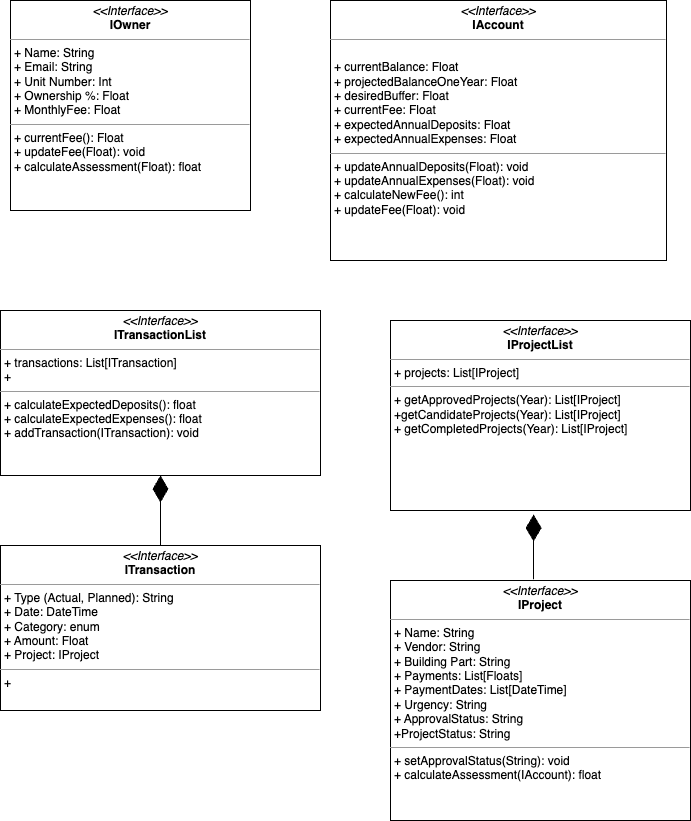
Above: GaslightVillage/src/Class UML.png in mm-bertoni/HOA (draw.io), before the change. Source tidied: cells renumbered, new cells last; positions are measured from the earlier drawing's top-left corner, leaving out a move shared by most shapes. The source it was exported from:
```xml
<mxGraphModel>
  <root>
    <mxCell id="0" />
    <mxCell id="1" parent="0" />
    <mxCell id="2" value="&lt;p style=&quot;margin:0px;margin-top:4px;text-align:center;&quot;&gt;&lt;i&gt;&amp;lt;&amp;lt;Interface&amp;gt;&amp;gt;&lt;/i&gt;&lt;br&gt;&lt;b&gt;IOwner&lt;/b&gt;&lt;/p&gt;&lt;hr size=&quot;1&quot;&gt;&lt;p style=&quot;margin:0px;margin-left:4px;&quot;&gt;+ Name: String&lt;/p&gt;&lt;p style=&quot;margin:0px;margin-left:4px;&quot;&gt;+ Email: String&lt;/p&gt;&lt;p style=&quot;margin:0px;margin-left:4px;&quot;&gt;+ Unit Number: Int&lt;br&gt;+ Ownership %: Float&lt;/p&gt;&lt;p style=&quot;margin:0px;margin-left:4px;&quot;&gt;+ MonthlyFee: Float&lt;/p&gt;&lt;hr size=&quot;1&quot;&gt;&lt;p style=&quot;margin:0px;margin-left:4px;&quot;&gt;+ currentFee(): Float&lt;br&gt;&lt;/p&gt;&lt;p style=&quot;margin:0px;margin-left:4px;&quot;&gt;+ updateFee(Float): void&lt;/p&gt;&lt;p style=&quot;margin:0px;margin-left:4px;&quot;&gt;+ calculateAssessment(Float): float&lt;/p&gt;" style="verticalAlign=top;align=left;overflow=fill;fontSize=12;fontFamily=Helvetica;html=1;whiteSpace=wrap;" parent="1" vertex="1">
      <mxGeometry x="10" width="240" height="210" as="geometry" />
    </mxCell>
    <mxCell id="3" value="&lt;p style=&quot;margin:0px;margin-top:4px;text-align:center;&quot;&gt;&lt;i&gt;&amp;lt;&amp;lt;Interface&amp;gt;&amp;gt;&lt;/i&gt;&lt;br&gt;&lt;b&gt;IAccount&lt;/b&gt;&lt;/p&gt;&lt;hr size=&quot;1&quot;&gt;&lt;p style=&quot;margin:0px;margin-left:4px;&quot;&gt;&lt;br&gt;&lt;/p&gt;&lt;p style=&quot;margin:0px;margin-left:4px;&quot;&gt;+ currentBalance: Float&lt;/p&gt;&lt;p style=&quot;margin:0px;margin-left:4px;&quot;&gt;+ projectedBalanceOneYear: Float&lt;/p&gt;&lt;p style=&quot;margin:0px;margin-left:4px;&quot;&gt;+ desiredBuffer: Float&lt;br&gt;+ currentFee: Float&lt;/p&gt;&lt;p style=&quot;margin:0px;margin-left:4px;&quot;&gt;+ expectedAnnualDeposits: Float&lt;/p&gt;&lt;p style=&quot;margin:0px;margin-left:4px;&quot;&gt;+ expectedAnnualExpenses: Float&lt;/p&gt;&lt;hr size=&quot;1&quot;&gt;&lt;p style=&quot;margin:0px;margin-left:4px;&quot;&gt;+ updateAnnualDeposits(Float): void&lt;/p&gt;&lt;p style=&quot;margin:0px;margin-left:4px;&quot;&gt;+ updateAnnualExpenses(Float): void&lt;/p&gt;&lt;p style=&quot;margin:0px;margin-left:4px;&quot;&gt;+ calculateNewFee(): int&lt;/p&gt;&lt;p style=&quot;margin:0px;margin-left:4px;&quot;&gt;+ updateFee(Float): void&lt;/p&gt;&lt;p style=&quot;margin:0px;margin-left:4px;&quot;&gt;&lt;br&gt;&lt;/p&gt;&lt;p style=&quot;margin:0px;margin-left:4px;&quot;&gt;&lt;br&gt;&lt;/p&gt;" style="verticalAlign=top;align=left;overflow=fill;fontSize=12;fontFamily=Helvetica;html=1;whiteSpace=wrap;" parent="1" vertex="1">
      <mxGeometry x="330" width="336" height="260" as="geometry" />
    </mxCell>
    <mxCell id="4" value="&lt;p style=&quot;margin:0px;margin-top:4px;text-align:center;&quot;&gt;&lt;i&gt;&amp;lt;&amp;lt;Interface&amp;gt;&amp;gt;&lt;/i&gt;&lt;br&gt;&lt;b&gt;ITransaction&lt;/b&gt;&lt;/p&gt;&lt;hr size=&quot;1&quot;&gt;&lt;p style=&quot;margin:0px;margin-left:4px;&quot;&gt;+ Type (Actual, Planned): String&lt;/p&gt;&lt;p style=&quot;margin:0px;margin-left:4px;&quot;&gt;+ Date: DateTime&lt;/p&gt;&lt;p style=&quot;margin:0px;margin-left:4px;&quot;&gt;+ Category: enum&lt;/p&gt;&lt;p style=&quot;margin:0px;margin-left:4px;&quot;&gt;+ Amount: Float&lt;/p&gt;&lt;p style=&quot;margin:0px;margin-left:4px;&quot;&gt;+ Project: IProject&lt;/p&gt;&lt;hr size=&quot;1&quot;&gt;&lt;p style=&quot;margin:0px;margin-left:4px;&quot;&gt;+&lt;br&gt;&lt;/p&gt;" style="verticalAlign=top;align=left;overflow=fill;fontSize=12;fontFamily=Helvetica;html=1;whiteSpace=wrap;" parent="1" vertex="1">
      <mxGeometry y="545" width="320" height="165" as="geometry" />
    </mxCell>
    <mxCell id="5" value="&lt;p style=&quot;margin:0px;margin-top:4px;text-align:center;&quot;&gt;&lt;i&gt;&amp;lt;&amp;lt;Interface&amp;gt;&amp;gt;&lt;/i&gt;&lt;br&gt;&lt;b&gt;ITransactionList&lt;/b&gt;&lt;/p&gt;&lt;hr size=&quot;1&quot;&gt;&lt;p style=&quot;margin:0px;margin-left:4px;&quot;&gt;+ transactions: List[ITransaction]&lt;/p&gt;&lt;p style=&quot;margin:0px;margin-left:4px;&quot;&gt;+&amp;nbsp;&lt;/p&gt;&lt;hr size=&quot;1&quot;&gt;&lt;p style=&quot;margin:0px;margin-left:4px;&quot;&gt;+ calculateExpectedDeposits(): float&lt;br&gt;&lt;/p&gt;&lt;p style=&quot;margin:0px;margin-left:4px;&quot;&gt;+ calculateExpectedExpenses(): float&lt;/p&gt;&lt;p style=&quot;margin:0px;margin-left:4px;&quot;&gt;+ addTransaction(ITransaction): void&lt;/p&gt;" style="verticalAlign=top;align=left;overflow=fill;fontSize=12;fontFamily=Helvetica;html=1;whiteSpace=wrap;" parent="1" vertex="1">
      <mxGeometry y="310" width="320" height="165" as="geometry" />
    </mxCell>
    <mxCell id="6" style="endArrow=diamondThin;endFill=1;endSize=24;html=1;rounded=0;entryX=0.5;entryY=1;entryDx=0;entryDy=0;exitX=0.5;exitY=0;exitDx=0;exitDy=0;" parent="1" edge="1" source="4" target="5">
      <mxGeometry relative="1" as="geometry" />
    </mxCell>
    <mxCell id="7" value="&lt;p style=&quot;margin:0px;margin-top:4px;text-align:center;&quot;&gt;&lt;i&gt;&amp;lt;&amp;lt;Interface&amp;gt;&amp;gt;&lt;/i&gt;&lt;br&gt;&lt;b&gt;IProject&lt;/b&gt;&lt;/p&gt;&lt;hr size=&quot;1&quot;&gt;&lt;p style=&quot;margin:0px;margin-left:4px;&quot;&gt;+ Name: String&lt;/p&gt;&lt;p style=&quot;margin:0px;margin-left:4px;&quot;&gt;+ Vendor: String&lt;/p&gt;&lt;p style=&quot;margin:0px;margin-left:4px;&quot;&gt;+ Building Part: String&lt;/p&gt;&lt;p style=&quot;margin:0px;margin-left:4px;&quot;&gt;+ Payments: List[Floats]&lt;/p&gt;&lt;p style=&quot;margin:0px;margin-left:4px;&quot;&gt;+ PaymentDates: List[DateTime]&lt;/p&gt;&lt;p style=&quot;margin:0px;margin-left:4px;&quot;&gt;+ Urgency: String&lt;/p&gt;&lt;p style=&quot;margin:0px;margin-left:4px;&quot;&gt;+ ApprovalStatus: String&lt;/p&gt;&lt;p style=&quot;margin:0px;margin-left:4px;&quot;&gt;+ProjectStatus: String&lt;/p&gt;&lt;hr size=&quot;1&quot;&gt;&lt;p style=&quot;margin:0px;margin-left:4px;&quot;&gt;+ setApprovalStatus(String): void&lt;/p&gt;&lt;p style=&quot;margin:0px;margin-left:4px;&quot;&gt;+ calculateAssessment(IAccount): float&lt;/p&gt;" style="verticalAlign=top;align=left;overflow=fill;fontSize=12;fontFamily=Helvetica;html=1;whiteSpace=wrap;" parent="1" vertex="1">
      <mxGeometry x="390" y="580" width="300" height="240" as="geometry" />
    </mxCell>
    <mxCell id="8" value="&lt;p style=&quot;margin:0px;margin-top:4px;text-align:center;&quot;&gt;&lt;i&gt;&amp;lt;&amp;lt;Interface&amp;gt;&amp;gt;&lt;/i&gt;&lt;br&gt;&lt;b&gt;IProjectList&lt;/b&gt;&lt;/p&gt;&lt;hr size=&quot;1&quot;&gt;&lt;p style=&quot;margin:0px;margin-left:4px;&quot;&gt;+ projects: List[IProject]&lt;/p&gt;&lt;hr size=&quot;1&quot;&gt;&lt;p style=&quot;margin:0px;margin-left:4px;&quot;&gt;+ getApprovedProjects(Year): List[IProject]&lt;/p&gt;&lt;p style=&quot;margin:0px;margin-left:4px;&quot;&gt;+getCandidateProjects(Year): List[IProject]&lt;/p&gt;&lt;p style=&quot;margin:0px;margin-left:4px;&quot;&gt;+ getCompletedProjects(Year): List[IProject]&lt;/p&gt;" style="verticalAlign=top;align=left;overflow=fill;fontSize=12;fontFamily=Helvetica;html=1;whiteSpace=wrap;" parent="1" vertex="1">
      <mxGeometry x="390" y="320" width="300" height="190" as="geometry" />
    </mxCell>
    <mxCell id="9" style="endArrow=diamondThin;endFill=1;endSize=24;html=1;rounded=0;entryX=0.477;entryY=1.021;entryDx=0;entryDy=0;entryPerimeter=0;exitX=0.477;exitY=-0.005;exitDx=0;exitDy=0;exitPerimeter=0;" parent="1" edge="1" source="7" target="8">
      <mxGeometry relative="1" as="geometry" />
    </mxCell>
  </root>
</mxGraphModel>
```
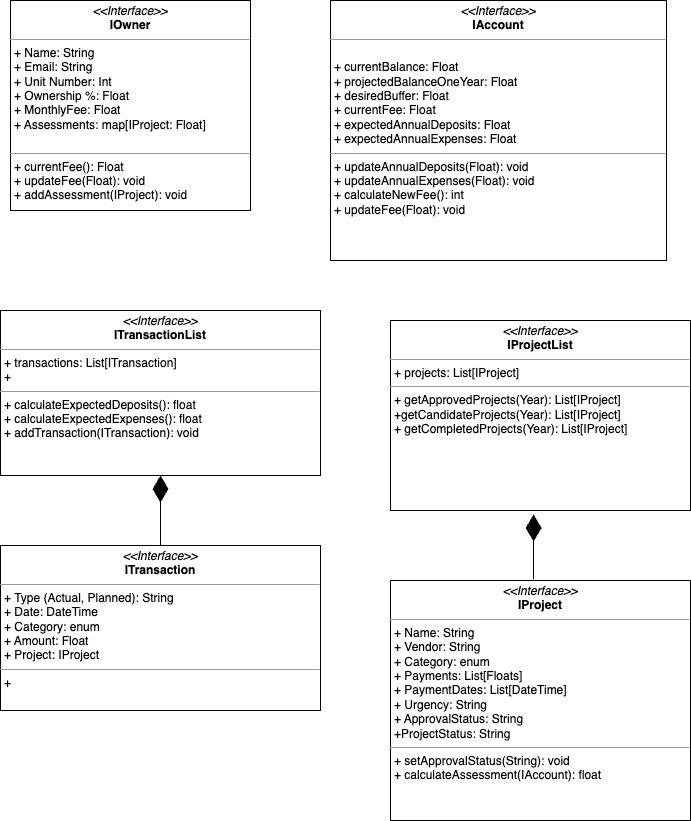
After the commit.

What changed in the source:
```diff
@@ -2,7 +2,7 @@
   <root>
     <mxCell id="0" />
     <mxCell id="1" parent="0" />
-    <mxCell id="2" value="&lt;p style=&quot;margin:0px;margin-top:4px;text-align:center;&quot;&gt;&lt;i&gt;&amp;lt;&amp;lt;Interface&amp;gt;&amp;gt;&lt;/i&gt;&lt;br&gt;&lt;b&gt;IOwner&lt;/b&gt;&lt;/p&gt;&lt;hr size=&quot;1&quot;&gt;&lt;p style=&quot;margin:0px;margin-left:4px;&quot;&gt;+ Name: String&lt;/p&gt;&lt;p style=&quot;margin:0px;margin-left:4px;&quot;&gt;+ Email: String&lt;/p&gt;&lt;p style=&quot;margin:0px;margin-left:4px;&quot;&gt;+ Unit Number: Int&lt;br&gt;+ Ownership %: Float&lt;/p&gt;&lt;p style=&quot;margin:0px;margin-left:4px;&quot;&gt;+ MonthlyFee: Float&lt;/p&gt;&lt;hr size=&quot;1&quot;&gt;&lt;p style=&quot;margin:0px;margin-left:4px;&quot;&gt;+ currentFee(): Float&lt;br&gt;&lt;/p&gt;&lt;p style=&quot;margin:0px;margin-left:4px;&quot;&gt;+ updateFee(Float): void&lt;/p&gt;&lt;p style=&quot;margin:0px;margin-left:4px;&quot;&gt;+ calculateAssessment(Float): float&lt;/p&gt;" style="verticalAlign=top;align=left;overflow=fill;fontSize=12;fontFamily=Helvetica;html=1;whiteSpace=wrap;" parent="1" vertex="1">
+    <mxCell id="2" value="&lt;p style=&quot;margin:0px;margin-top:4px;text-align:center;&quot;&gt;&lt;i&gt;&amp;lt;&amp;lt;Interface&amp;gt;&amp;gt;&lt;/i&gt;&lt;br&gt;&lt;b&gt;IOwner&lt;/b&gt;&lt;/p&gt;&lt;hr size=&quot;1&quot;&gt;&lt;p style=&quot;margin:0px;margin-left:4px;&quot;&gt;+ Name: String&lt;/p&gt;&lt;p style=&quot;margin:0px;margin-left:4px;&quot;&gt;+ Email: String&lt;/p&gt;&lt;p style=&quot;margin:0px;margin-left:4px;&quot;&gt;+ Unit Number: Int&lt;br&gt;+ Ownership %: Float&lt;/p&gt;&lt;p style=&quot;margin:0px;margin-left:4px;&quot;&gt;+ MonthlyFee: Float&lt;/p&gt;&lt;p style=&quot;margin:0px;margin-left:4px;&quot;&gt;+ Assessments: map[IProject: Float]&lt;/p&gt;&lt;p style=&quot;margin:0px;margin-left:4px;&quot;&gt;&amp;nbsp;&lt;/p&gt;&lt;hr size=&quot;1&quot;&gt;&lt;p style=&quot;margin:0px;margin-left:4px;&quot;&gt;+ currentFee(): Float&lt;br&gt;&lt;/p&gt;&lt;p style=&quot;margin:0px;margin-left:4px;&quot;&gt;+ updateFee(Float): void&lt;/p&gt;&lt;p style=&quot;margin:0px;margin-left:4px;&quot;&gt;+ addAssessment(IProject): void&lt;/p&gt;" style="verticalAlign=top;align=left;overflow=fill;fontSize=12;fontFamily=Helvetica;html=1;whiteSpace=wrap;" parent="1" vertex="1">
       <mxGeometry x="10" width="240" height="210" as="geometry" />
     </mxCell>
     <mxCell id="3" value="&lt;p style=&quot;margin:0px;margin-top:4px;text-align:center;&quot;&gt;&lt;i&gt;&amp;lt;&amp;lt;Interface&amp;gt;&amp;gt;&lt;/i&gt;&lt;br&gt;&lt;b&gt;IAccount&lt;/b&gt;&lt;/p&gt;&lt;hr size=&quot;1&quot;&gt;&lt;p style=&quot;margin:0px;margin-left:4px;&quot;&gt;&lt;br&gt;&lt;/p&gt;&lt;p style=&quot;margin:0px;margin-left:4px;&quot;&gt;+ currentBalance: Float&lt;/p&gt;&lt;p style=&quot;margin:0px;margin-left:4px;&quot;&gt;+ projectedBalanceOneYear: Float&lt;/p&gt;&lt;p style=&quot;margin:0px;margin-left:4px;&quot;&gt;+ desiredBuffer: Float&lt;br&gt;+ currentFee: Float&lt;/p&gt;&lt;p style=&quot;margin:0px;margin-left:4px;&quot;&gt;+ expectedAnnualDeposits: Float&lt;/p&gt;&lt;p style=&quot;margin:0px;margin-left:4px;&quot;&gt;+ expectedAnnualExpenses: Float&lt;/p&gt;&lt;hr size=&quot;1&quot;&gt;&lt;p style=&quot;margin:0px;margin-left:4px;&quot;&gt;+ updateAnnualDeposits(Float): void&lt;/p&gt;&lt;p style=&quot;margin:0px;margin-left:4px;&quot;&gt;+ updateAnnualExpenses(Float): void&lt;/p&gt;&lt;p style=&quot;margin:0px;margin-left:4px;&quot;&gt;+ calculateNewFee(): int&lt;/p&gt;&lt;p style=&quot;margin:0px;margin-left:4px;&quot;&gt;+ updateFee(Float): void&lt;/p&gt;&lt;p style=&quot;margin:0px;margin-left:4px;&quot;&gt;&lt;br&gt;&lt;/p&gt;&lt;p style=&quot;margin:0px;margin-left:4px;&quot;&gt;&lt;br&gt;&lt;/p&gt;" style="verticalAlign=top;align=left;overflow=fill;fontSize=12;fontFamily=Helvetica;html=1;whiteSpace=wrap;" parent="1" vertex="1">
@@ -11,13 +11,13 @@
     <mxCell id="4" value="&lt;p style=&quot;margin:0px;margin-top:4px;text-align:center;&quot;&gt;&lt;i&gt;&amp;lt;&amp;lt;Interface&amp;gt;&amp;gt;&lt;/i&gt;&lt;br&gt;&lt;b&gt;ITransaction&lt;/b&gt;&lt;/p&gt;&lt;hr size=&quot;1&quot;&gt;&lt;p style=&quot;margin:0px;margin-left:4px;&quot;&gt;+ Type (Actual, Planned): String&lt;/p&gt;&lt;p style=&quot;margin:0px;margin-left:4px;&quot;&gt;+ Date: DateTime&lt;/p&gt;&lt;p style=&quot;margin:0px;margin-left:4px;&quot;&gt;+ Category: enum&lt;/p&gt;&lt;p style=&quot;margin:0px;margin-left:4px;&quot;&gt;+ Amount: Float&lt;/p&gt;&lt;p style=&quot;margin:0px;margin-left:4px;&quot;&gt;+ Project: IProject&lt;/p&gt;&lt;hr size=&quot;1&quot;&gt;&lt;p style=&quot;margin:0px;margin-left:4px;&quot;&gt;+&lt;br&gt;&lt;/p&gt;" style="verticalAlign=top;align=left;overflow=fill;fontSize=12;fontFamily=Helvetica;html=1;whiteSpace=wrap;" parent="1" vertex="1">
       <mxGeometry y="545" width="320" height="165" as="geometry" />
     </mxCell>
-    <mxCell id="5" value="&lt;p style=&quot;margin:0px;margin-top:4px;text-align:center;&quot;&gt;&lt;i&gt;&amp;lt;&amp;lt;Interface&amp;gt;&amp;gt;&lt;/i&gt;&lt;br&gt;&lt;b&gt;ITransactionList&lt;/b&gt;&lt;/p&gt;&lt;hr size=&quot;1&quot;&gt;&lt;p style=&quot;margin:0px;margin-left:4px;&quot;&gt;+ transactions: List[ITransaction]&lt;/p&gt;&lt;p style=&quot;margin:0px;margin-left:4px;&quot;&gt;+&amp;nbsp;&lt;/p&gt;&lt;hr size=&quot;1&quot;&gt;&lt;p style=&quot;margin:0px;margin-left:4px;&quot;&gt;+ calculateExpectedDeposits(): float&lt;br&gt;&lt;/p&gt;&lt;p style=&quot;margin:0px;margin-left:4px;&quot;&gt;+ calculateExpectedExpenses(): float&lt;/p&gt;&lt;p style=&quot;margin:0px;margin-left:4px;&quot;&gt;+ addTransaction(ITransaction): void&lt;/p&gt;" style="verticalAlign=top;align=left;overflow=fill;fontSize=12;fontFamily=Helvetica;html=1;whiteSpace=wrap;" parent="1" vertex="1">
+    <mxCell id="5" value="&lt;p style=&quot;margin:0px;margin-top:4px;text-align:center;&quot;&gt;&lt;i&gt;&amp;lt;&amp;lt;Interface&amp;gt;&amp;gt;&lt;/i&gt;&lt;br&gt;&lt;b&gt;ITransactionList&lt;/b&gt;&lt;/p&gt;&lt;hr size=&quot;1&quot;&gt;&lt;p style=&quot;margin:0px;margin-left:4px;&quot;&gt;+ transactions: List[ITransaction]&lt;/p&gt;&lt;p style=&quot;margin:0px;margin-left:4px;&quot;&gt;+&amp;nbsp;&lt;/p&gt;&lt;hr size=&quot;1&quot;&gt;&lt;p style=&quot;margin:0px;margin-left:4px;&quot;&gt;+ calculateExpectedDeposits(): float&lt;br&gt;&lt;/p&gt;&lt;p style=&quot;margin:0px;margin-left:4px;&quot;&gt;+ calculateExpectedExpenses(): float&lt;/p&gt;&lt;p style=&quot;margin:0px;margin-left:4px;&quot;&gt;+ addTransaction(ITransaction): void&lt;/p&gt;&lt;p style=&quot;margin:0px;margin-left:4px;&quot;&gt;&lt;br&gt;&lt;/p&gt;" style="verticalAlign=top;align=left;overflow=fill;fontSize=12;fontFamily=Helvetica;html=1;whiteSpace=wrap;" parent="1" vertex="1">
       <mxGeometry y="310" width="320" height="165" as="geometry" />
     </mxCell>
     <mxCell id="6" style="endArrow=diamondThin;endFill=1;endSize=24;html=1;rounded=0;entryX=0.5;entryY=1;entryDx=0;entryDy=0;exitX=0.5;exitY=0;exitDx=0;exitDy=0;" parent="1" edge="1" source="4" target="5">
       <mxGeometry relative="1" as="geometry" />
     </mxCell>
-    <mxCell id="7" value="&lt;p style=&quot;margin:0px;margin-top:4px;text-align:center;&quot;&gt;&lt;i&gt;&amp;lt;&amp;lt;Interface&amp;gt;&amp;gt;&lt;/i&gt;&lt;br&gt;&lt;b&gt;IProject&lt;/b&gt;&lt;/p&gt;&lt;hr size=&quot;1&quot;&gt;&lt;p style=&quot;margin:0px;margin-left:4px;&quot;&gt;+ Name: String&lt;/p&gt;&lt;p style=&quot;margin:0px;margin-left:4px;&quot;&gt;+ Vendor: String&lt;/p&gt;&lt;p style=&quot;margin:0px;margin-left:4px;&quot;&gt;+ Building Part: String&lt;/p&gt;&lt;p style=&quot;margin:0px;margin-left:4px;&quot;&gt;+ Payments: List[Floats]&lt;/p&gt;&lt;p style=&quot;margin:0px;margin-left:4px;&quot;&gt;+ PaymentDates: List[DateTime]&lt;/p&gt;&lt;p style=&quot;margin:0px;margin-left:4px;&quot;&gt;+ Urgency: String&lt;/p&gt;&lt;p style=&quot;margin:0px;margin-left:4px;&quot;&gt;+ ApprovalStatus: String&lt;/p&gt;&lt;p style=&quot;margin:0px;margin-left:4px;&quot;&gt;+ProjectStatus: String&lt;/p&gt;&lt;hr size=&quot;1&quot;&gt;&lt;p style=&quot;margin:0px;margin-left:4px;&quot;&gt;+ setApprovalStatus(String): void&lt;/p&gt;&lt;p style=&quot;margin:0px;margin-left:4px;&quot;&gt;+ calculateAssessment(IAccount): float&lt;/p&gt;" style="verticalAlign=top;align=left;overflow=fill;fontSize=12;fontFamily=Helvetica;html=1;whiteSpace=wrap;" parent="1" vertex="1">
+    <mxCell id="7" value="&lt;p style=&quot;margin:0px;margin-top:4px;text-align:center;&quot;&gt;&lt;i&gt;&amp;lt;&amp;lt;Interface&amp;gt;&amp;gt;&lt;/i&gt;&lt;br&gt;&lt;b&gt;IProject&lt;/b&gt;&lt;/p&gt;&lt;hr size=&quot;1&quot;&gt;&lt;p style=&quot;margin:0px;margin-left:4px;&quot;&gt;+ Name: String&lt;/p&gt;&lt;p style=&quot;margin:0px;margin-left:4px;&quot;&gt;+ Vendor: String&lt;/p&gt;&lt;p style=&quot;margin:0px;margin-left:4px;&quot;&gt;+ Category: enum&lt;/p&gt;&lt;p style=&quot;margin:0px;margin-left:4px;&quot;&gt;+ Payments: List[Floats]&lt;/p&gt;&lt;p style=&quot;margin:0px;margin-left:4px;&quot;&gt;+ PaymentDates: List[DateTime]&lt;/p&gt;&lt;p style=&quot;margin:0px;margin-left:4px;&quot;&gt;+ Urgency: String&lt;/p&gt;&lt;p style=&quot;margin:0px;margin-left:4px;&quot;&gt;+ ApprovalStatus: String&lt;/p&gt;&lt;p style=&quot;margin:0px;margin-left:4px;&quot;&gt;+ProjectStatus: String&lt;/p&gt;&lt;hr size=&quot;1&quot;&gt;&lt;p style=&quot;margin:0px;margin-left:4px;&quot;&gt;+ setApprovalStatus(String): void&lt;/p&gt;&lt;p style=&quot;margin:0px;margin-left:4px;&quot;&gt;+ calculateAssessment(IAccount): float&lt;/p&gt;" style="verticalAlign=top;align=left;overflow=fill;fontSize=12;fontFamily=Helvetica;html=1;whiteSpace=wrap;" parent="1" vertex="1">
       <mxGeometry x="390" y="580" width="300" height="240" as="geometry" />
     </mxCell>
     <mxCell id="8" value="&lt;p style=&quot;margin:0px;margin-top:4px;text-align:center;&quot;&gt;&lt;i&gt;&amp;lt;&amp;lt;Interface&amp;gt;&amp;gt;&lt;/i&gt;&lt;br&gt;&lt;b&gt;IProjectList&lt;/b&gt;&lt;/p&gt;&lt;hr size=&quot;1&quot;&gt;&lt;p style=&quot;margin:0px;margin-left:4px;&quot;&gt;+ projects: List[IProject]&lt;/p&gt;&lt;hr size=&quot;1&quot;&gt;&lt;p style=&quot;margin:0px;margin-left:4px;&quot;&gt;+ getApprovedProjects(Year): List[IProject]&lt;/p&gt;&lt;p style=&quot;margin:0px;margin-left:4px;&quot;&gt;+getCandidateProjects(Year): List[IProject]&lt;/p&gt;&lt;p style=&quot;margin:0px;margin-left:4px;&quot;&gt;+ getCompletedProjects(Year): List[IProject]&lt;/p&gt;" style="verticalAlign=top;align=left;overflow=fill;fontSize=12;fontFamily=Helvetica;html=1;whiteSpace=wrap;" parent="1" vertex="1">
```
